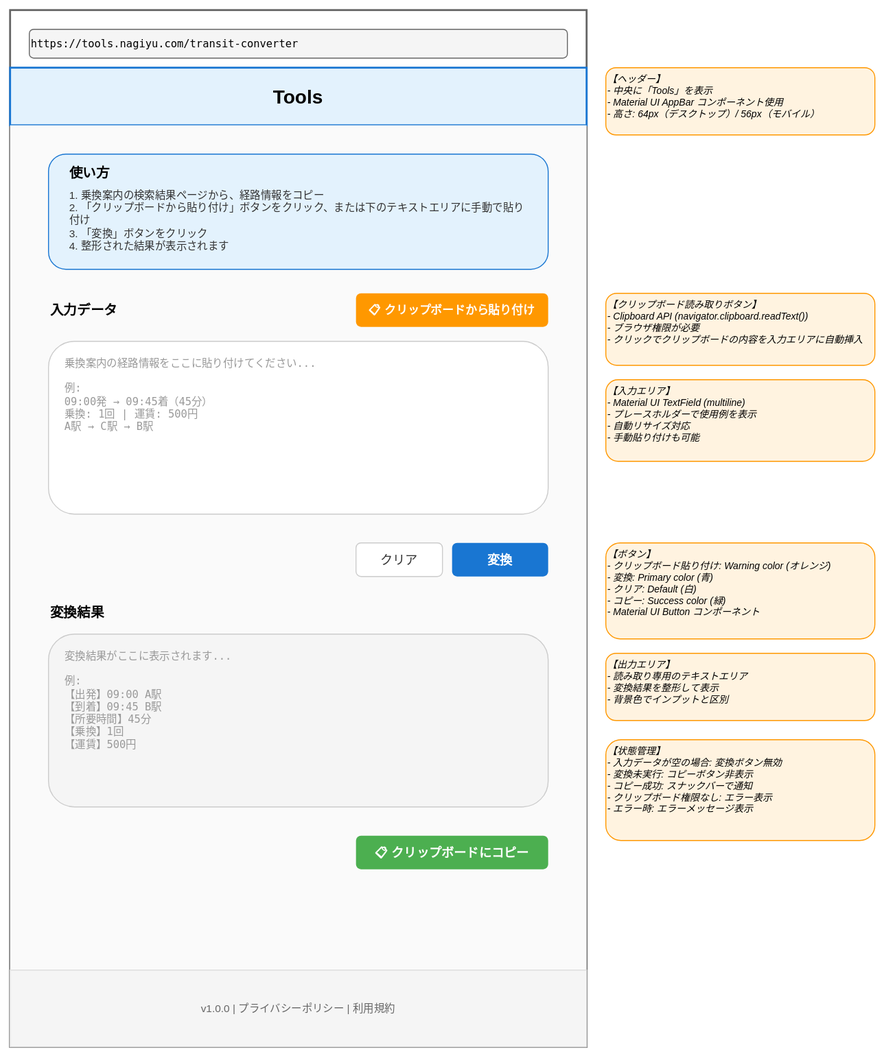
Earlier version of the draw.io export docs/images/services/tools/wireframe-transit.drawio.svg (nagiyu/nagiyu-platform). Source tidied: cells renumbered, new cells last; positions are measured from the earlier drawing's top-left corner, leaving out a move shared by most shapes.
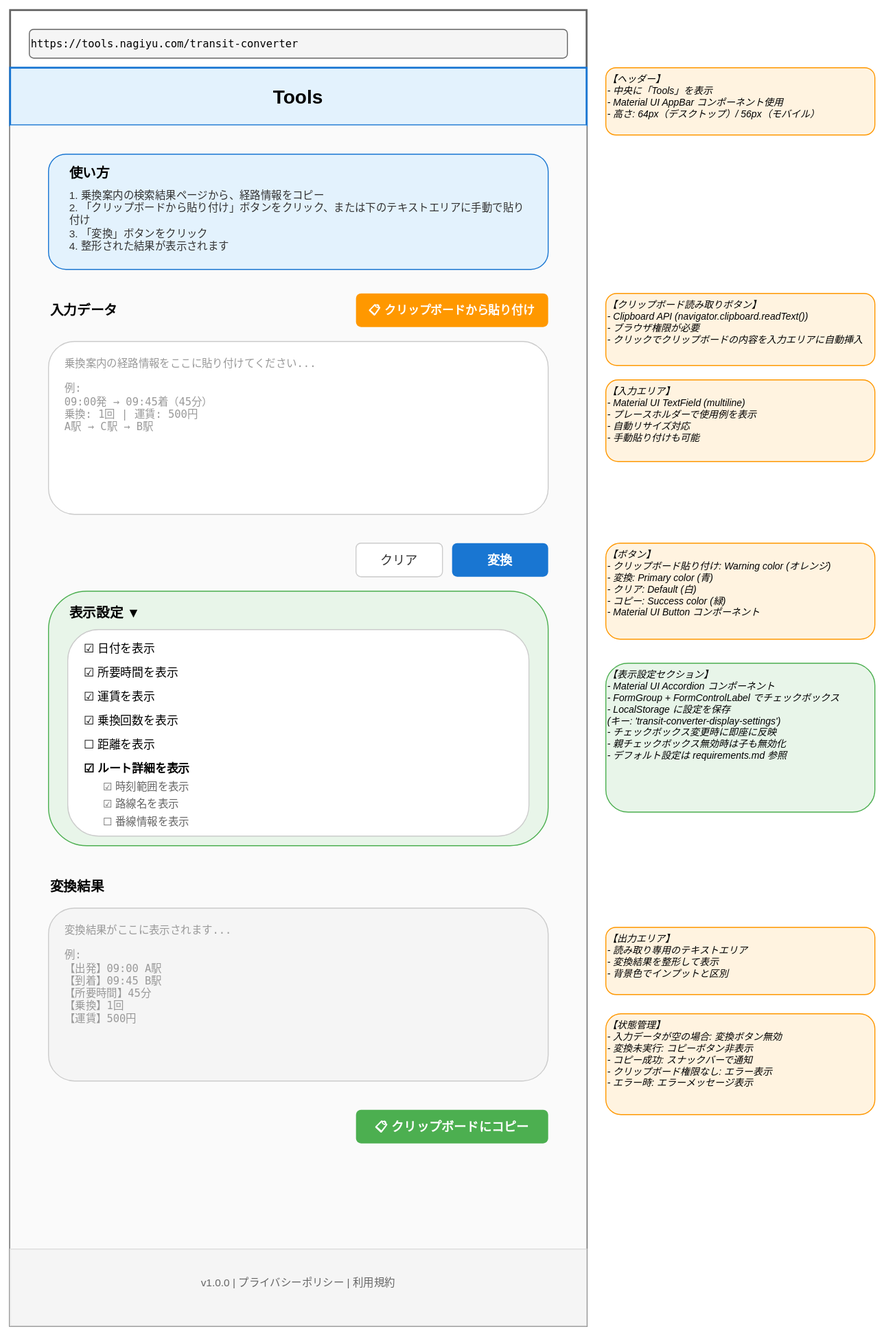
After the change.

Commit message:
feat: Implement detailed display toggle functionality and Web Share Target API support

Change to the diagram source:
```diff
@@ -2,8 +2,11 @@
   <root>
     <mxCell id="0" />
     <mxCell id="1" parent="0" />
+    <mxCell id="30" style="rounded=0;whiteSpace=wrap;html=1;fillColor=none;strokeColor=none;" parent="1" vertex="1">
+      <mxGeometry width="920" height="1390" as="geometry" />
+    </mxCell>
     <mxCell id="2" style="rounded=0;whiteSpace=wrap;html=1;fillColor=#ffffff;strokeColor=#666666;strokeWidth=2;" parent="1" vertex="1">
-      <mxGeometry x="10" y="10" width="600" height="1080" as="geometry" />
+      <mxGeometry x="10" y="10" width="600" height="1370" as="geometry" />
     </mxCell>
     <mxCell id="3" value="https://tools.nagiyu.com/transit-converter" style="rounded=1;whiteSpace=wrap;html=1;fillColor=#f5f5f5;strokeColor=#666666;align=left;fontSize=11;fontFamily=monospace;" parent="1" vertex="1">
       <mxGeometry x="30" y="30" width="560" height="30" as="geometry" />
@@ -15,7 +18,7 @@
       <mxGeometry x="10" y="85" width="600" height="30" as="geometry" />
     </mxCell>
     <mxCell id="6" style="rounded=0;whiteSpace=wrap;html=1;fillColor=#fafafa;strokeColor=none;" parent="1" vertex="1">
-      <mxGeometry x="10" y="130" width="600" height="960" as="geometry" />
+      <mxGeometry x="10" y="130" width="600" height="1250" as="geometry" />
     </mxCell>
     <mxCell id="7" style="rounded=1;whiteSpace=wrap;html=1;fillColor=#e3f2fd;strokeColor=#1976d2;strokeWidth=1;" parent="1" vertex="1">
       <mxGeometry x="50" y="160" width="520" height="120" as="geometry" />
@@ -47,26 +50,65 @@
     <mxCell id="16" value="変換" style="rounded=1;whiteSpace=wrap;html=1;fillColor=#1976d2;strokeColor=none;fontColor=#ffffff;fontSize=13;fontStyle=1;align=center;" parent="1" vertex="1">
       <mxGeometry x="470" y="565" width="100" height="35" as="geometry" />
     </mxCell>
+    <mxCell id="31" style="rounded=1;whiteSpace=wrap;html=1;fillColor=#e8f5e9;strokeColor=#4caf50;strokeWidth=1;align=left;verticalAlign=top;" parent="1" vertex="1">
+      <mxGeometry x="50" y="615" width="520" height="265" as="geometry" />
+    </mxCell>
+    <mxCell id="32" value="表示設定 ▼" style="text;html=1;strokeColor=none;fillColor=none;align=left;verticalAlign=middle;whiteSpace=wrap;rounded=0;fontSize=14;fontStyle=1;" parent="1" vertex="1">
+      <mxGeometry x="70" y="625" width="200" height="25" as="geometry" />
+    </mxCell>
+    <mxCell id="33" style="rounded=1;whiteSpace=wrap;html=1;fillColor=#ffffff;strokeColor=#cccccc;strokeWidth=1;align=left;verticalAlign=top;" parent="1" vertex="1">
+      <mxGeometry x="70" y="655" width="480" height="215" as="geometry" />
+    </mxCell>
+    <mxCell id="34" value="☑ 日付を表示" style="text;html=1;strokeColor=none;fillColor=none;align=left;verticalAlign=middle;whiteSpace=wrap;rounded=0;fontSize=12;" parent="1" vertex="1">
+      <mxGeometry x="85" y="665" width="200" height="20" as="geometry" />
+    </mxCell>
+    <mxCell id="35" value="☑ 所要時間を表示" style="text;html=1;strokeColor=none;fillColor=none;align=left;verticalAlign=middle;whiteSpace=wrap;rounded=0;fontSize=12;" parent="1" vertex="1">
+      <mxGeometry x="85" y="690" width="200" height="20" as="geometry" />
+    </mxCell>
+    <mxCell id="36" value="☑ 運賃を表示" style="text;html=1;strokeColor=none;fillColor=none;align=left;verticalAlign=middle;whiteSpace=wrap;rounded=0;fontSize=12;" parent="1" vertex="1">
+      <mxGeometry x="85" y="715" width="200" height="20" as="geometry" />
+    </mxCell>
+    <mxCell id="37" value="☑ 乗換回数を表示" style="text;html=1;strokeColor=none;fillColor=none;align=left;verticalAlign=middle;whiteSpace=wrap;rounded=0;fontSize=12;" parent="1" vertex="1">
+      <mxGeometry x="85" y="740" width="200" height="20" as="geometry" />
+    </mxCell>
+    <mxCell id="38" value="☐ 距離を表示" style="text;html=1;strokeColor=none;fillColor=none;align=left;verticalAlign=middle;whiteSpace=wrap;rounded=0;fontSize=12;" parent="1" vertex="1">
+      <mxGeometry x="85" y="765" width="200" height="20" as="geometry" />
+    </mxCell>
+    <mxCell id="39" value="☑ ルート詳細を表示" style="text;html=1;strokeColor=none;fillColor=none;align=left;verticalAlign=middle;whiteSpace=wrap;rounded=0;fontSize=12;fontStyle=1;" parent="1" vertex="1">
+      <mxGeometry x="85" y="790" width="200" height="20" as="geometry" />
+    </mxCell>
+    <mxCell id="40" value="☑ 時刻範囲を表示" style="text;html=1;strokeColor=none;fillColor=none;align=left;verticalAlign=middle;whiteSpace=wrap;rounded=0;fontSize=11;fontColor=#666666;" parent="1" vertex="1">
+      <mxGeometry x="105" y="810" width="200" height="18" as="geometry" />
+    </mxCell>
+    <mxCell id="41" value="☑ 路線名を表示" style="text;html=1;strokeColor=none;fillColor=none;align=left;verticalAlign=middle;whiteSpace=wrap;rounded=0;fontSize=11;fontColor=#666666;" parent="1" vertex="1">
+      <mxGeometry x="105" y="828" width="200" height="18" as="geometry" />
+    </mxCell>
+    <mxCell id="42" value="☐ 番線情報を表示" style="text;html=1;strokeColor=none;fillColor=none;align=left;verticalAlign=middle;whiteSpace=wrap;rounded=0;fontSize=11;fontColor=#666666;" parent="1" vertex="1">
+      <mxGeometry x="105" y="846" width="200" height="18" as="geometry" />
+    </mxCell>
+    <mxCell id="43" value="【表示設定セクション】&#10;- Material UI Accordion コンポーネント&#10;- FormGroup + FormControlLabel でチェックボックス&#10;- LocalStorage に設定を保存&#10;  (キー: 'transit-converter-display-settings')&#10;- チェックボックス変更時に即座に反映&#10;- 親チェックボックス無効時は子も無効化&#10;- デフォルト設定は requirements.md 参照" style="text;html=1;strokeColor=#4caf50;fillColor=#e8f5e9;align=left;verticalAlign=top;whiteSpace=wrap;rounded=1;fontSize=10;fontStyle=2;" parent="1" vertex="1">
+      <mxGeometry x="630" y="690" width="280" height="155" as="geometry" />
+    </mxCell>
     <mxCell id="17" value="変換結果" style="text;html=1;strokeColor=none;fillColor=none;align=left;verticalAlign=middle;whiteSpace=wrap;rounded=0;fontSize=14;fontStyle=1;" parent="1" vertex="1">
-      <mxGeometry x="50" y="625" width="200" height="25" as="geometry" />
+      <mxGeometry x="50" y="910" width="200" height="25" as="geometry" />
     </mxCell>
     <mxCell id="18" style="rounded=1;whiteSpace=wrap;html=1;fillColor=#f5f5f5;strokeColor=#cccccc;strokeWidth=1;align=left;verticalAlign=top;" parent="1" vertex="1">
-      <mxGeometry x="50" y="660" width="520" height="180" as="geometry" />
+      <mxGeometry x="50" y="945" width="520" height="180" as="geometry" />
     </mxCell>
     <mxCell id="19" value="変換結果がここに表示されます...&#10;&#10;例:&#10;【出発】09:00 A駅&#10;【到着】09:45 B駅&#10;【所要時間】45分&#10;【乗換】1回&#10;【運賃】500円" style="text;html=1;strokeColor=none;fillColor=none;align=left;verticalAlign=top;whiteSpace=wrap;rounded=0;fontSize=11;fontColor=#999999;fontFamily=monospace;" parent="1" vertex="1">
-      <mxGeometry x="65" y="670" width="490" height="160" as="geometry" />
+      <mxGeometry x="65" y="955" width="490" height="160" as="geometry" />
     </mxCell>
     <mxCell id="20" style="rounded=0;whiteSpace=wrap;html=1;fillColor=none;strokeColor=none;" parent="1" vertex="1">
-      <mxGeometry x="50" y="860" width="520" height="50" as="geometry" />
+      <mxGeometry x="50" y="1145" width="520" height="50" as="geometry" />
     </mxCell>
     <mxCell id="21" value="📋 クリップボードにコピー" style="rounded=1;whiteSpace=wrap;html=1;fillColor=#4caf50;strokeColor=none;fontColor=#ffffff;fontSize=13;fontStyle=1;align=center;" parent="1" vertex="1">
-      <mxGeometry x="370" y="870" width="200" height="35" as="geometry" />
+      <mxGeometry x="370" y="1155" width="200" height="35" as="geometry" />
     </mxCell>
     <mxCell id="22" style="rounded=0;whiteSpace=wrap;html=1;fillColor=#f5f5f5;strokeColor=#dddddd;strokeWidth=1;" parent="1" vertex="1">
-      <mxGeometry x="10" y="1010" width="600" height="80" as="geometry" />
+      <mxGeometry x="10" y="1300" width="600" height="80" as="geometry" />
     </mxCell>
     <mxCell id="23" value="v1.0.0 | プライバシーポリシー | 利用規約" style="text;html=1;strokeColor=none;fillColor=none;align=center;verticalAlign=middle;whiteSpace=wrap;rounded=0;fontSize=11;fontColor=#666666;" parent="1" vertex="1">
-      <mxGeometry x="10" y="1035" width="600" height="30" as="geometry" />
+      <mxGeometry x="10" y="1320" width="600" height="30" as="geometry" />
     </mxCell>
     <mxCell id="24" value="【ヘッダー】&#10;- 中央に「Tools」を表示&#10;- Material UI AppBar コンポーネント使用&#10;- 高さ: 64px（デスクトップ）/ 56px（モバイル）" style="text;html=1;strokeColor=#ff9800;fillColor=#fff3e0;align=left;verticalAlign=top;whiteSpace=wrap;rounded=1;fontSize=10;fontStyle=2;" parent="1" vertex="1">
       <mxGeometry x="630" y="70" width="280" height="70" as="geometry" />
@@ -81,13 +123,10 @@
       <mxGeometry x="630" y="565" width="280" height="100" as="geometry" />
     </mxCell>
     <mxCell id="28" value="【出力エリア】&#10;- 読み取り専用のテキストエリア&#10;- 変換結果を整形して表示&#10;- 背景色でインプットと区別" style="text;html=1;strokeColor=#ff9800;fillColor=#fff3e0;align=left;verticalAlign=top;whiteSpace=wrap;rounded=1;fontSize=10;fontStyle=2;" parent="1" vertex="1">
-      <mxGeometry x="630" y="680" width="280" height="70" as="geometry" />
+      <mxGeometry x="630" y="965" width="280" height="70" as="geometry" />
     </mxCell>
     <mxCell id="29" value="【状態管理】&#10;- 入力データが空の場合: 変換ボタン無効&#10;- 変換未実行: コピーボタン非表示&#10;- コピー成功: スナックバーで通知&#10;- クリップボード権限なし: エラー表示&#10;- エラー時: エラーメッセージ表示" style="text;html=1;strokeColor=#ff9800;fillColor=#fff3e0;align=left;verticalAlign=top;whiteSpace=wrap;rounded=1;fontSize=10;fontStyle=2;" parent="1" vertex="1">
-      <mxGeometry x="630" y="770" width="280" height="105" as="geometry" />
+      <mxGeometry x="630" y="1055" width="280" height="105" as="geometry" />
     </mxCell>
-    <mxCell id="30" style="rounded=0;whiteSpace=wrap;html=1;fillColor=none;strokeColor=none;" parent="1" vertex="1">
-      <mxGeometry width="920" height="1100" as="geometry" />
-    </mxCell>
   </root>
 </mxGraphModel>
```
